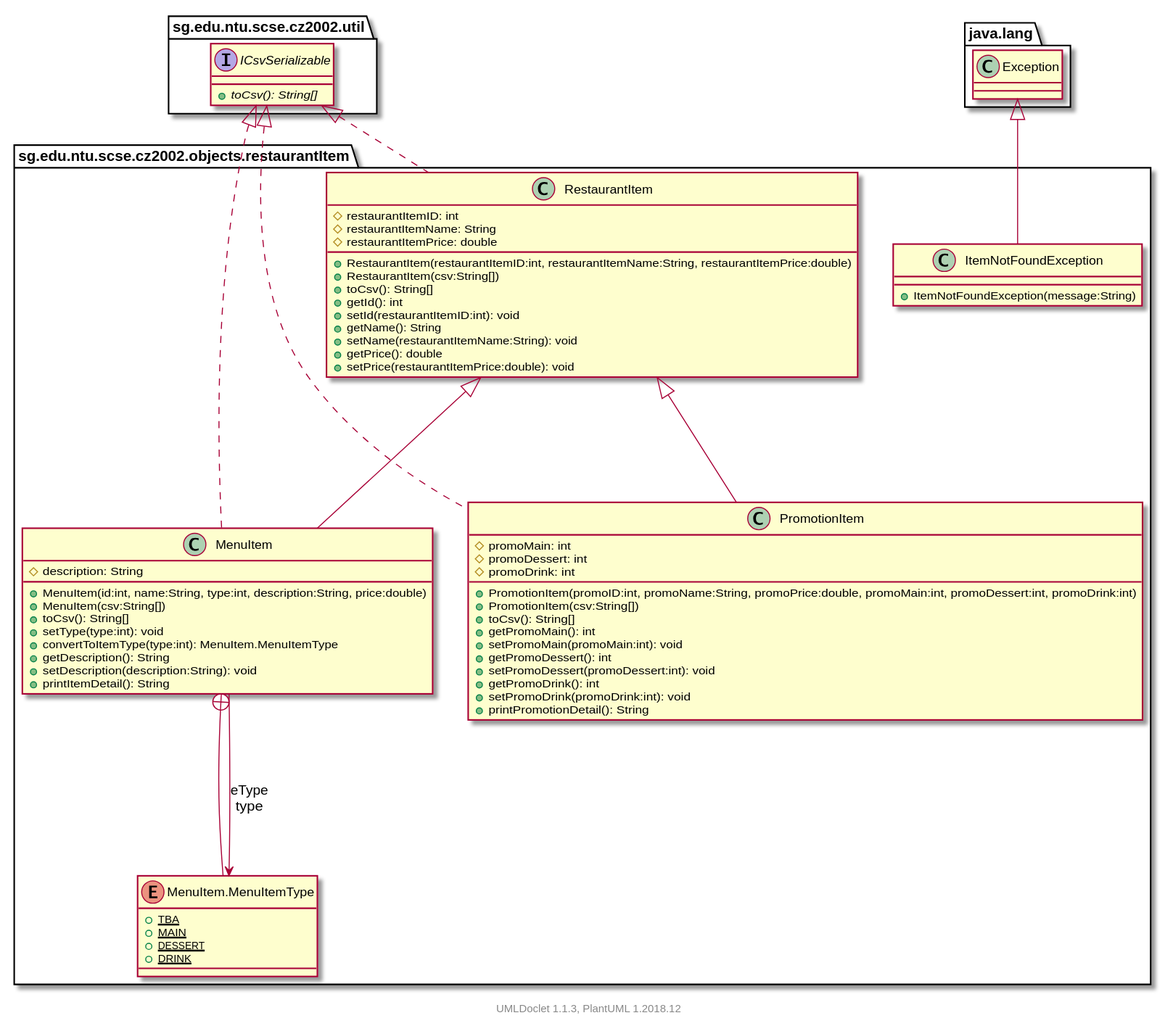
itachi1706/How-to-use-Git-NTUSCSE1819-Site keeps this PlantUML diagram as projects/oodp/html/umlversion/uml/sg.edu.ntu.scse.cz2002.objects.restaurantItem.package.svg. Above is the earlier version.
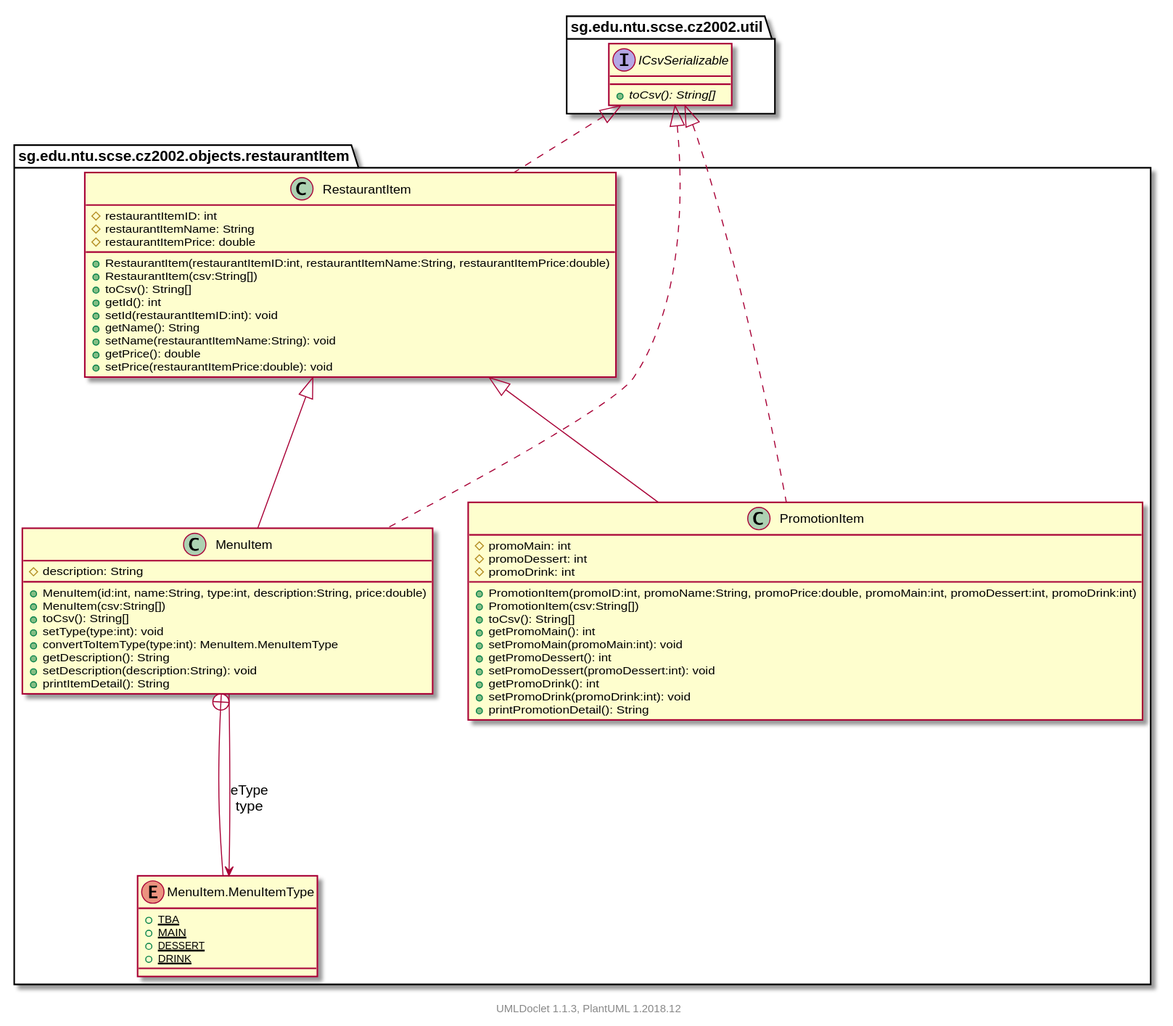
Later version of the same file.

What changed in the source:
```diff
@@ -19,10 +19,6 @@
             {static} +MAIN
             {static} +DESSERT
             {static} +DRINK
-        }
-
-        class ItemNotFoundException [[../sg/edu/ntu/scse/cz2002/objects/restaurantItem/ItemNotFoundException.html]] {
-            +ItemNotFoundException(message:String)
         }
 
         class PromotionItem [[../sg/edu/ntu/scse/cz2002/objects/restaurantItem/PromotionItem.html]] {
@@ -65,9 +61,6 @@
 
         MenuItem +-- sg.edu.ntu.scse.cz2002.objects.restaurantItem.MenuItem.MenuItemType
 
-        class java.lang.Exception
-        java.lang.Exception <|-- ItemNotFoundException
-
         RestaurantItem <|-- PromotionItem
 
         sg.edu.ntu.scse.cz2002.util.ICsvSerializable <|.. PromotionItem
```
